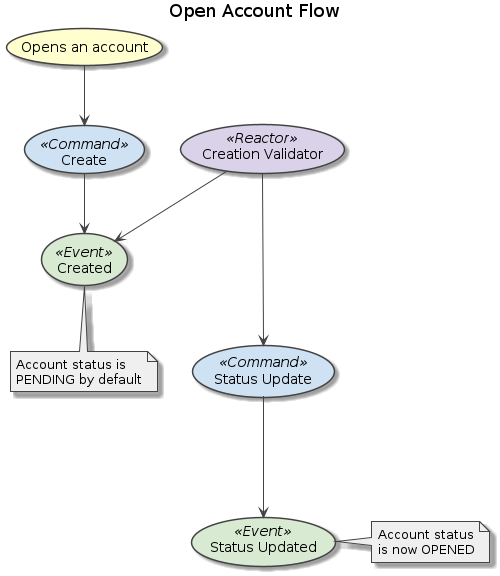
Before: docs/rendered-flow_open_account.png, a diagram exported from PlantUML (wcalderipe/ma-banque).
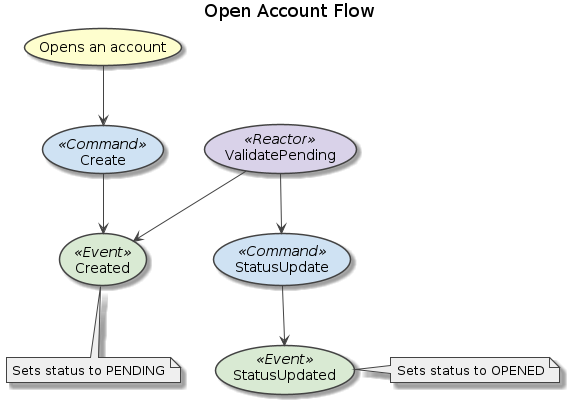
After the commit.

Diff of the diagram source:
```diff
@@ -22,24 +22,22 @@
 
 (Create) << Command >>
 (Created) << Event >>
-(Creation Validator) << Reactor >>
-(Status Update) << Command >>
-(Status Updated) << Event >>
+(ValidatePending) << Reactor >>
+(StatusUpdate) << Command >>
+(StatusUpdated) << Event >>
 
 (Opens an account) --> (Create)
 (Create) --> (Created)
 note bottom of (Created)
-    Account status is
-    PENDING by default
+    Sets status to PENDING
 end note
 
-(Creation Validator) --> (Created)
+(ValidatePending) --> (Created)
 
-(Creation Validator) ---> (Status Update)
-(Status Update) ---> (Status Updated)
-note right of (Status Updated)
-    Account status
-    is now OPENED
+(ValidatePending) --> (StatusUpdate)
+(StatusUpdate) --> (StatusUpdated)
+note right of (StatusUpdated)
+    Sets status to OPENED
 end note
 
 @enduml
```
